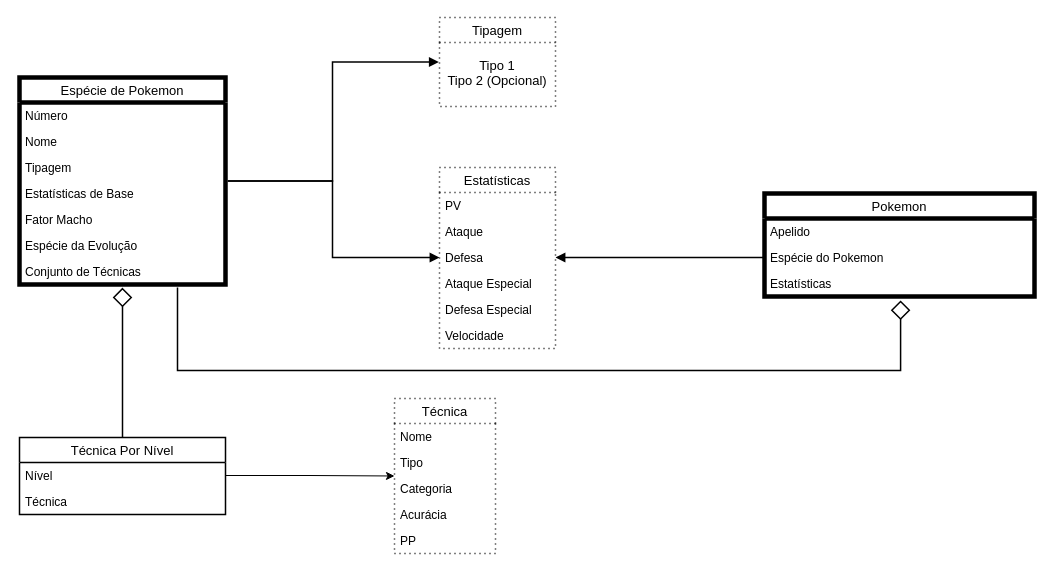
Above: page "Incubadora" (2 of 4) of Diagrams/DDD.drawio in RicardoDMelo/CloudPokeSystem (draw.io), before the change. Source tidied: cells renumbered, new cells numbered last; positions are measured from the earlier drawing's top-left corner, leaving out a move shared by most shapes. Both pictures are drawn from the tidied source at 100%, with x=0, y=0 at pixel (19, 17).
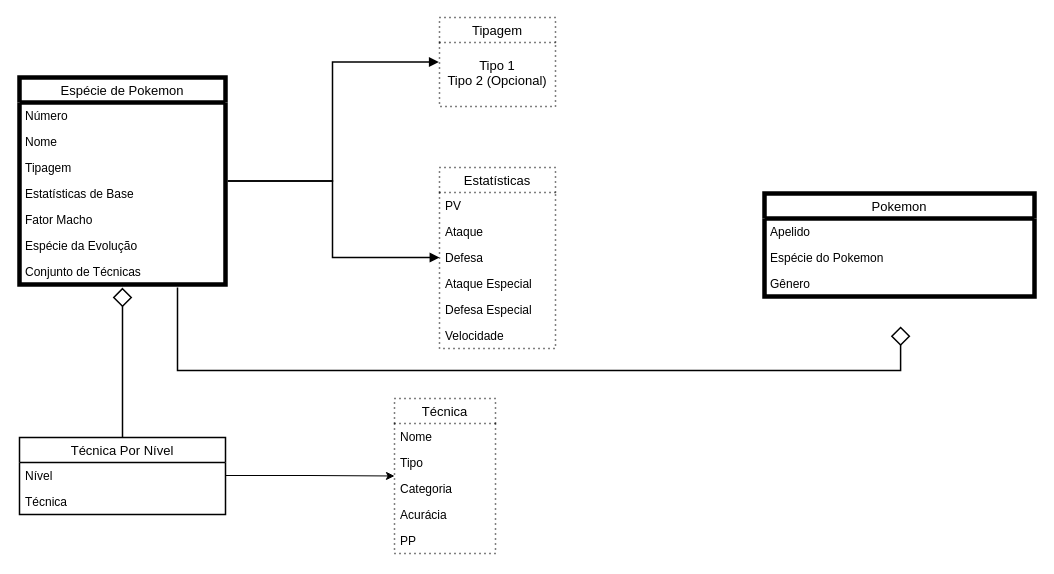
After the change.

The change refers to these unchanged cells:
```xml
<mxCell id="2" value="Espécie de Pokemon" style="html=1;overflow=block;blockSpacing=1;swimlane;horizontal=1;fontStyle=0;swimlaneFillColor=#ffffff;startSize=25;whiteSpace=wrap;fontSize=13;align=center;spacing=0;strokeOpacity=100;fillOpacity=100;fillColor=#ffffff;strokeWidth=4.5;" parent="1" vertex="1">
  <mxGeometry y="60" width="206" height="207" as="geometry" />
</mxCell>
<mxCell id="20" value="Defesa" style="text;strokeColor=none;fillColor=none;align=left;verticalAlign=top;spacingLeft=4;spacingRight=4;overflow=hidden;points=[[0,0.5],[1,0.5]];portConstraint=eastwest;" parent="17" vertex="1">
  <mxGeometry y="77" width="116" height="26" as="geometry" />
</mxCell>
<mxCell id="24" value="Pokemon" style="html=1;overflow=block;blockSpacing=1;swimlane;horizontal=1;fontStyle=0;swimlaneFillColor=#ffffff;startSize=25;whiteSpace=wrap;fontSize=13;align=center;spacing=0;strokeOpacity=100;fillOpacity=100;fillColor=#ffffff;strokeWidth=4.5;" parent="1" vertex="1">
  <mxGeometry x="745" y="176" width="270" height="103" as="geometry" />
</mxCell>
<mxCell id="26" value="Espécie do Pokemon" style="text;strokeColor=none;fillColor=none;align=left;verticalAlign=top;spacingLeft=4;spacingRight=4;overflow=hidden;points=[[0,0.5],[1,0.5]];portConstraint=eastwest;" parent="24" vertex="1">
  <mxGeometry y="51" width="270" height="26" as="geometry" />
</mxCell>
```

Change to the diagram source:
```diff
@@
-    <mxCell id="12" style="html=1;jettySize=18;whiteSpace=wrap;fontSize=13;strokeOpacity=100;strokeWidth=1.5;rounded=1;arcSize=0;edgeStyle=orthogonalEdgeStyle;startArrow=none;endArrow=block;endFill=1;exitX=0;exitY=0.5;entryX=1;entryY=0.5;entryDx=0;entryDy=0;exitDx=0;exitDy=0;" parent="1" edge="1" source="26" target="20">
-      <mxGeometry relative="1" as="geometry" />
-    </mxCell>
@@
-    <mxCell id="16" style="html=1;jettySize=18;whiteSpace=wrap;fontSize=13;strokeOpacity=100;strokeWidth=1.5;rounded=1;arcSize=0;edgeStyle=orthogonalEdgeStyle;startArrow=diamond;startFill=0;startSize=16;endArrow=none;entryX=0.767;entryY=1.015;entryPerimeter=0;exitX=0.504;exitY=1.154;exitDx=0;exitDy=0;exitPerimeter=0;" parent="1" edge="1" source="27" target="2">
+    <mxCell id="16" style="html=1;jettySize=18;whiteSpace=wrap;fontSize=13;strokeOpacity=100;strokeWidth=1.5;rounded=1;arcSize=0;edgeStyle=orthogonalEdgeStyle;startArrow=diamond;startFill=0;startSize=16;endArrow=none;entryX=0.767;entryY=1.015;entryPerimeter=0;exitX=0.504;exitY=1.154;exitDx=0;exitDy=0;exitPerimeter=0;" parent="1" edge="1" target="2">
       <mxGeometry relative="1" as="geometry">
+        <mxPoint x="881.1" y="309" as="sourcePoint" />
         <Array as="points">
           <mxPoint x="881" y="353" />
           <mxPoint x="158" y="353" />
         </Array>
       </mxGeometry>
     </mxCell>
@@
-    <mxCell id="27" value="Estatísticas" style="text;strokeColor=none;fillColor=none;align=left;verticalAlign=top;spacingLeft=4;spacingRight=4;overflow=hidden;points=[[0,0.5],[1,0.5]];portConstraint=eastwest;" parent="24" vertex="1">
-      <mxGeometry y="77" width="270" height="26" as="geometry" />
-    </mxCell>
+    <mxCell id="38" value="Gênero" style="text;strokeColor=none;fillColor=none;align=left;verticalAlign=top;spacingLeft=4;spacingRight=4;overflow=hidden;" parent="24" vertex="1">
+      <mxGeometry y="77" width="270" height="26" as="geometry" />
+    </mxCell>
```
